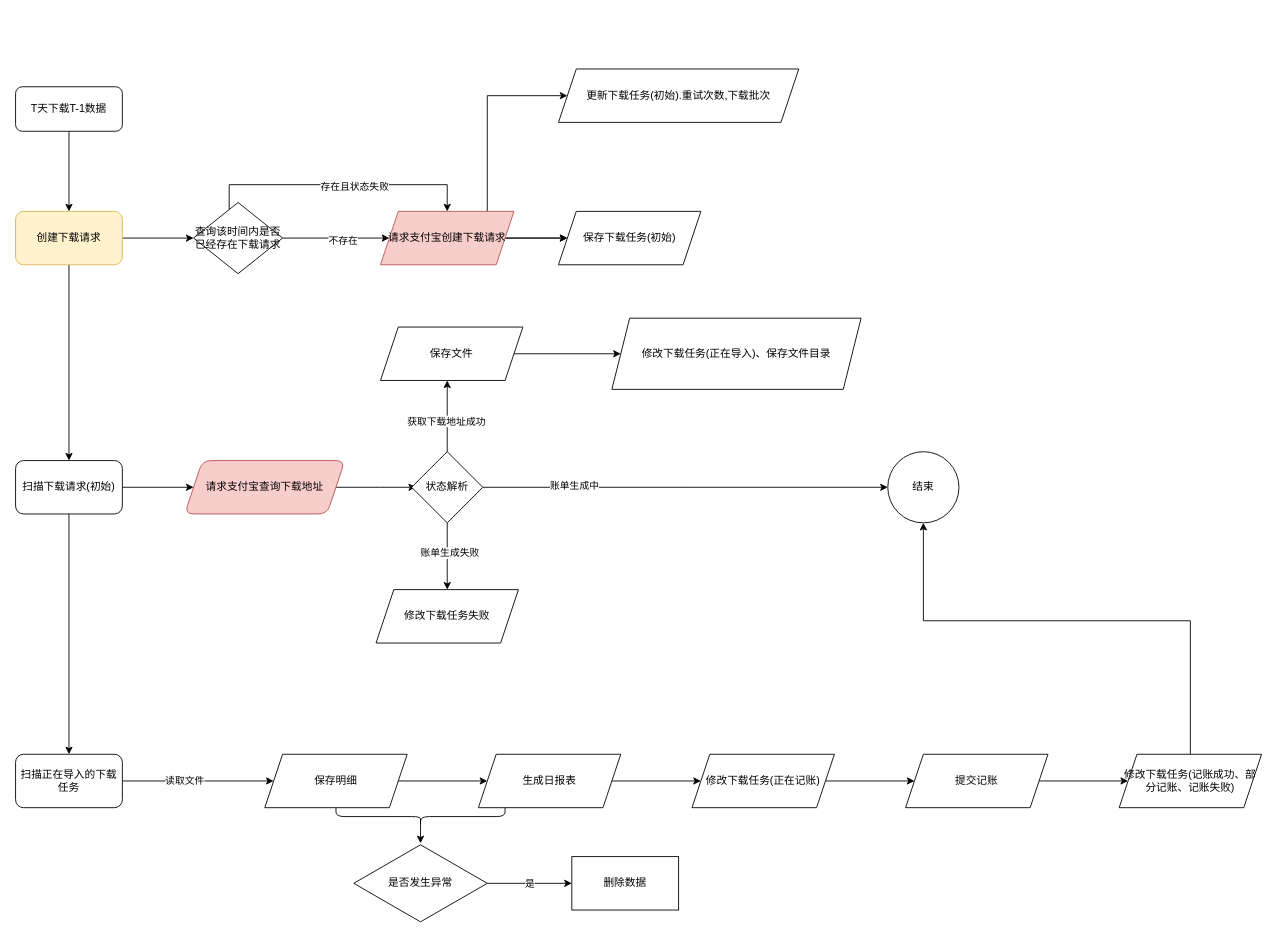
Before: 未命名绘图.drawio in Anseong/myDocument, a draw.io diagram. Source tidied: cells renumbered, new cells numbered last; positions are measured from the earlier drawing's top-left corner, leaving out a move shared by most shapes. Both pictures are drawn from the tidied source at 89%, with x=0, y=0 at pixel (15, 69).
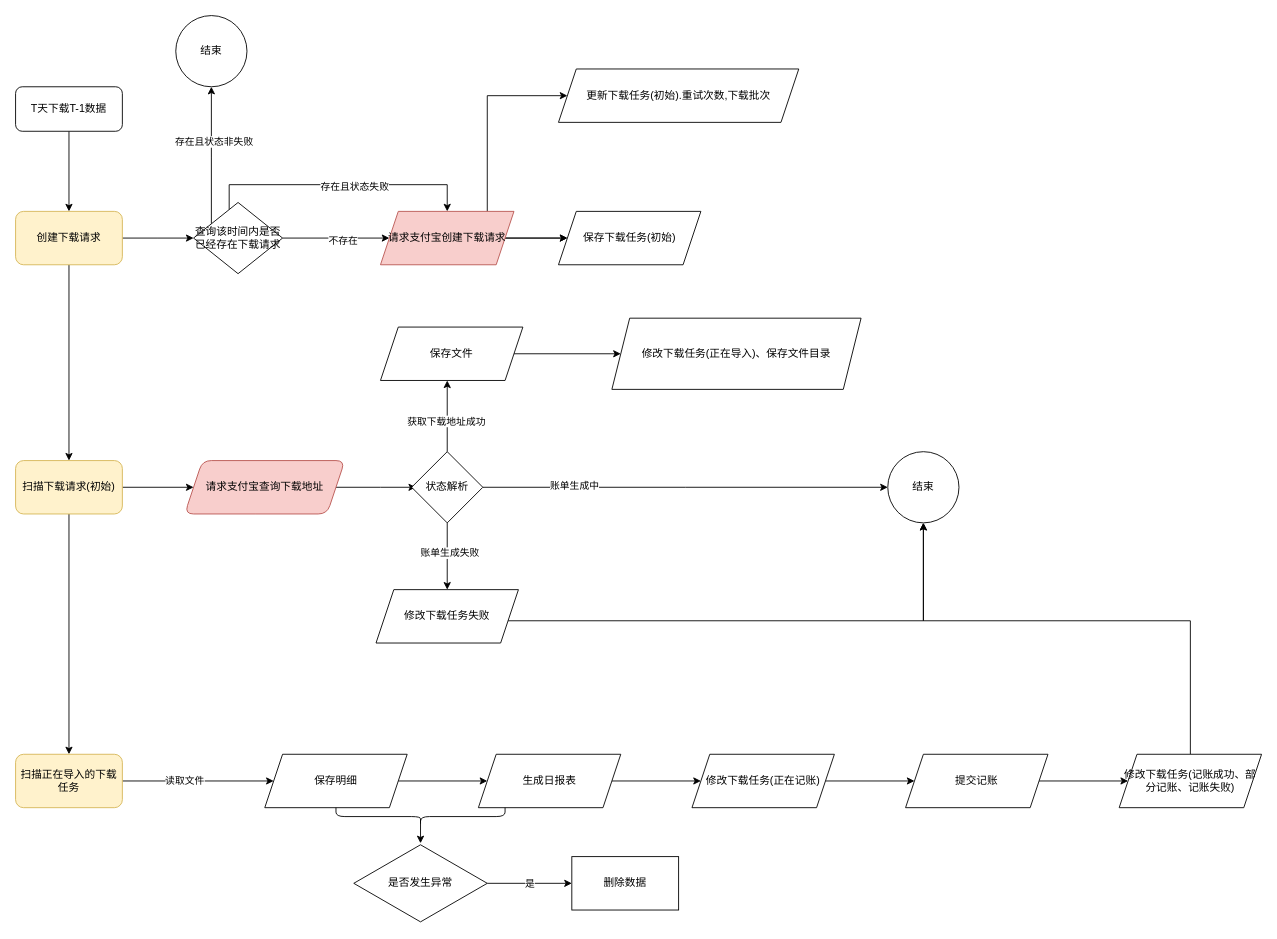
Above is the later version.

Commit message:
更新未命名绘图.drawio

The change refers to these unchanged cells:
```xml
<mxCell id="14" value="查询该时间内是否已经存在下载请求" style="rhombus;whiteSpace=wrap;html=1;" parent="1" vertex="1">
  <mxGeometry x="200" y="150" width="100" height="80" as="geometry" />
</mxCell>
<mxCell id="30" value="结束" style="ellipse;whiteSpace=wrap;html=1;" parent="1" vertex="1">
  <mxGeometry x="980" y="430" width="80" height="80" as="geometry" />
</mxCell>
<mxCell id="31" value="修改下载任务失败" style="shape=parallelogram;perimeter=parallelogramPerimeter;whiteSpace=wrap;html=1;fixedSize=1;" parent="1" vertex="1">
  <mxGeometry x="405" y="585" width="160" height="60" as="geometry" />
</mxCell>
```

Diff of the diagram source:
```diff
@@
-    <mxCell id="9" value="扫描下载请求(初始)" style="rounded=1;whiteSpace=wrap;html=1;" parent="1" vertex="1">
+    <mxCell id="9" value="扫描下载请求(初始)" style="rounded=1;whiteSpace=wrap;html=1;fillColor=#fff2cc;strokeColor=#d6b656;" parent="1" vertex="1">
       <mxGeometry y="440" width="120" height="60" as="geometry" />
     </mxCell>
@@
+    <mxCell id="54" style="edgeStyle=orthogonalEdgeStyle;rounded=0;jettySize=auto;html=1;" parent="1" edge="1" source="14">
+      <mxGeometry relative="1" as="geometry">
+        <mxPoint x="220" y="20" as="targetPoint" />
+        <Array as="points">
+          <mxPoint x="220" y="100" />
+          <mxPoint x="220" y="100" />
+        </Array>
+      </mxGeometry>
+    </mxCell>
+    <mxCell id="55" value="存在且状态非失败" style="edgeLabel;html=1;align=center;verticalAlign=middle;" parent="54" vertex="1">
+      <mxGeometry x="0.21" y="-2" relative="1" as="geometry" />
+    </mxCell>
@@
+    <mxCell id="56" style="edgeStyle=orthogonalEdgeStyle;rounded=0;jettySize=auto;html=1;" parent="1" edge="1" source="31" target="30">
+      <mxGeometry relative="1" as="geometry">
+        <Array as="points">
+          <mxPoint x="1020" y="620" />
+        </Array>
+      </mxGeometry>
+    </mxCell>
@@
-    <mxCell id="37" value="扫描正在导入的下载任务" style="whiteSpace=wrap;html=1;rounded=1;" parent="1" vertex="1">
+    <mxCell id="37" value="扫描正在导入的下载任务" style="whiteSpace=wrap;html=1;rounded=1;fillColor=#fff2cc;strokeColor=#d6b656;" parent="1" vertex="1">
       <mxGeometry y="770" width="120" height="60" as="geometry" />
     </mxCell>
@@
+    <mxCell id="57" value="结束" style="ellipse;whiteSpace=wrap;html=1;" parent="1" vertex="1">
+      <mxGeometry x="180" y="-60" width="80" height="80" as="geometry" />
+    </mxCell>
```
